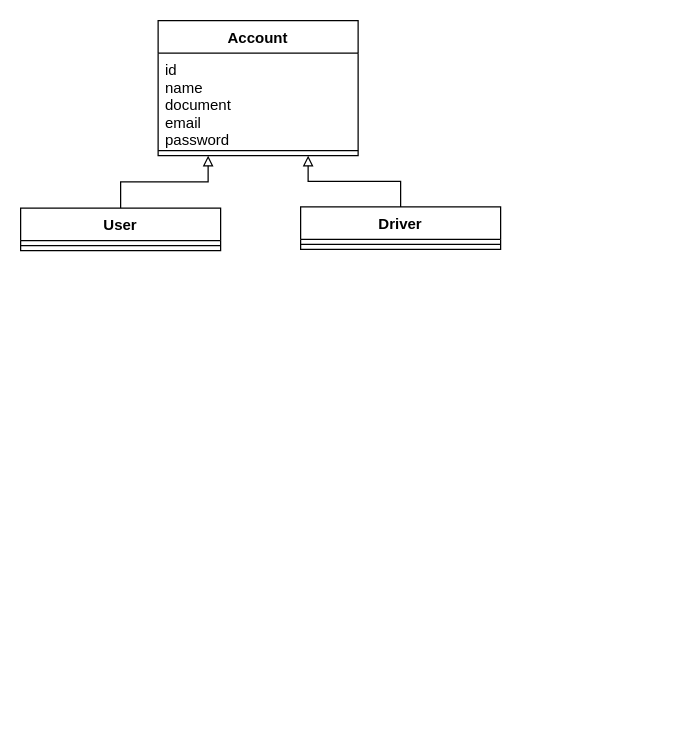
This is page "Page-2" (2 of 3) of uber_platzi_poo.drawio from Juxxsrck/uber, a draw.io file, before an edit. Source tidied: cells renumbered, new cells numbered last; positions are measured from the earlier drawing's top-left corner, leaving out a move shared by most shapes. Both pictures are drawn from the tidied source at 125%, with x=0, y=0 at pixel (20, 20).
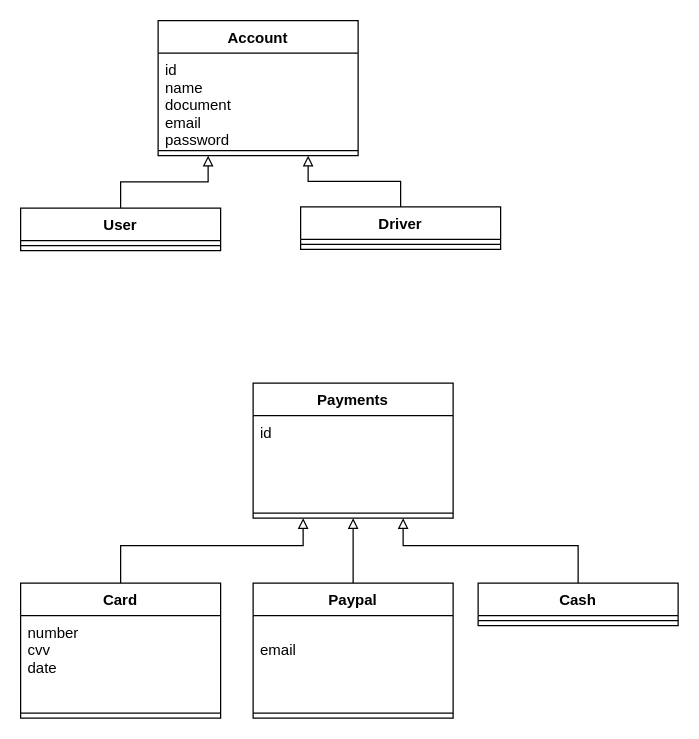
Above is the later version.

Commit message:
Update uber_platzi_poo.drawio ; herencias aplicadas en UML

Change to the diagram source:
```diff
@@
+    <mxCell id="11" style="edgeStyle=orthogonalEdgeStyle;rounded=0;jettySize=auto;html=1;endArrow=block;endFill=0;entryX=0.25;entryY=1;entryDx=0;entryDy=0;" parent="1" edge="1" source="12" target="22">
+      <mxGeometry relative="1" as="geometry">
+        <Array as="points">
+          <mxPoint x="80" y="420" />
+          <mxPoint x="226" y="420" />
+        </Array>
+      </mxGeometry>
+    </mxCell>
+    <mxCell id="12" value="Card" style="swimlane;fontStyle=1;align=center;verticalAlign=top;horizontal=1;startSize=26;" parent="1" vertex="1">
+      <mxGeometry y="450" width="160" height="108" as="geometry" />
+    </mxCell>
+    <mxCell id="13" value="number&#10;cvv&#10;date" style="text;strokeColor=none;fillColor=none;align=left;verticalAlign=top;spacingLeft=4;spacingRight=4;overflow=hidden;" parent="12" vertex="1">
+      <mxGeometry y="26" width="160" height="74" as="geometry" />
+    </mxCell>
+    <mxCell id="14" style="line;strokeWidth=1;fillColor=none;align=left;verticalAlign=middle;spacingTop=-1;spacingLeft=3;spacingRight=3;labelPosition=right;" parent="12" vertex="1">
+      <mxGeometry y="100" width="160" height="8" as="geometry" />
+    </mxCell>
+    <mxCell id="15" style="edgeStyle=orthogonalEdgeStyle;rounded=0;jettySize=auto;html=1;entryX=0.5;entryY=1;entryDx=0;entryDy=0;endArrow=block;endFill=0;" parent="1" edge="1" source="16" target="22">
+      <mxGeometry relative="1" as="geometry" />
+    </mxCell>
+    <mxCell id="16" value="Paypal" style="swimlane;fontStyle=1;align=center;verticalAlign=top;horizontal=1;startSize=26;" parent="1" vertex="1">
+      <mxGeometry x="186" y="450" width="160" height="108" as="geometry" />
+    </mxCell>
+    <mxCell id="17" value="&#10;email" style="text;strokeColor=none;fillColor=none;align=left;verticalAlign=top;spacingLeft=4;spacingRight=4;overflow=hidden;" parent="16" vertex="1">
+      <mxGeometry y="26" width="160" height="74" as="geometry" />
+    </mxCell>
+    <mxCell id="18" style="line;strokeWidth=1;fillColor=none;align=left;verticalAlign=middle;spacingTop=-1;spacingLeft=3;spacingRight=3;labelPosition=right;" parent="16" vertex="1">
+      <mxGeometry y="100" width="160" height="8" as="geometry" />
+    </mxCell>
+    <mxCell id="19" style="edgeStyle=orthogonalEdgeStyle;rounded=0;jettySize=auto;html=1;entryX=0.75;entryY=1;entryDx=0;entryDy=0;endArrow=block;endFill=0;" parent="1" edge="1" source="20" target="22">
+      <mxGeometry relative="1" as="geometry">
+        <Array as="points">
+          <mxPoint x="446" y="420" />
+          <mxPoint x="306" y="420" />
+        </Array>
+      </mxGeometry>
+    </mxCell>
+    <mxCell id="20" value="Cash" style="swimlane;fontStyle=1;align=center;verticalAlign=top;horizontal=1;startSize=26;" parent="1" vertex="1">
+      <mxGeometry x="366" y="450" width="160" height="34" as="geometry" />
+    </mxCell>
+    <mxCell id="21" style="line;strokeWidth=1;fillColor=none;align=left;verticalAlign=middle;spacingTop=-1;spacingLeft=3;spacingRight=3;labelPosition=right;" parent="20" vertex="1">
+      <mxGeometry y="26" width="160" height="8" as="geometry" />
+    </mxCell>
+    <mxCell id="22" value="Payments" style="swimlane;fontStyle=1;align=center;verticalAlign=top;horizontal=1;startSize=26;" parent="1" vertex="1">
+      <mxGeometry x="186" y="290" width="160" height="108" as="geometry" />
+    </mxCell>
+    <mxCell id="23" value="id" style="text;strokeColor=none;fillColor=none;align=left;verticalAlign=top;spacingLeft=4;spacingRight=4;overflow=hidden;" parent="22" vertex="1">
+      <mxGeometry y="26" width="160" height="74" as="geometry" />
+    </mxCell>
+    <mxCell id="24" style="line;strokeWidth=1;fillColor=none;align=left;verticalAlign=middle;spacingTop=-1;spacingLeft=3;spacingRight=3;labelPosition=right;" parent="22" vertex="1">
+      <mxGeometry y="100" width="160" height="8" as="geometry" />
+    </mxCell>
```
